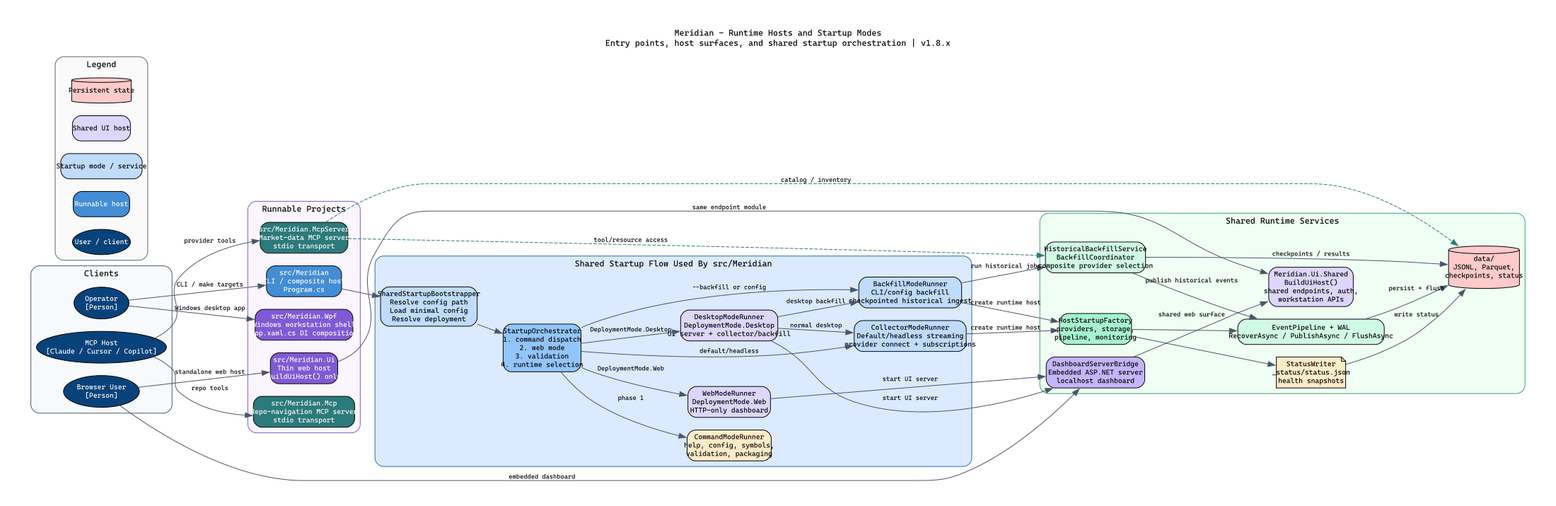
This is docs/diagrams/runtime-hosts.png from rodoHasArrived/Meridian-main, a Graphviz export, as it was before one commit. Its source is kept beside it as docs/diagrams/runtime-hosts.dot.
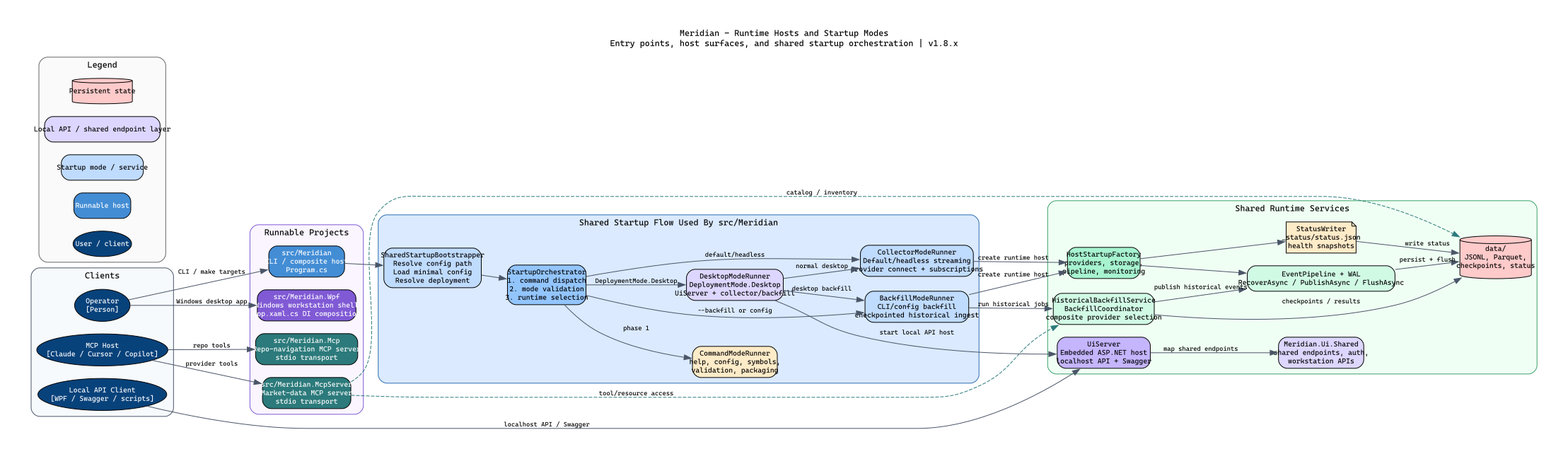
After the change.

Change to the diagram source:
```diff
@@ -16,8 +16,8 @@
 
     OPERATOR [shape=oval, fillcolor="#08427b", fontcolor="white",
               label="Operator\n[Person]"];
-    BROWSER [shape=oval, fillcolor="#08427b", fontcolor="white",
-             label="Browser User\n[Person]"];
+    LOCAL_CLIENT [shape=oval, fillcolor="#08427b", fontcolor="white",
+                  label="Local API Client\n[WPF / Swagger / scripts]"];
     MCP_HOST [shape=oval, fillcolor="#08427b", fontcolor="white",
               label="MCP Host\n[Claude / Cursor / Copilot]"];
   }
@@ -30,8 +30,6 @@
 
     MAIN_APP [fillcolor="#438dd5", fontcolor="white",
               label="src/Meridian\nCLI / composite host\nProgram.cs"];
-    WEB_APP [fillcolor="#805ad5", fontcolor="white",
-             label="src/Meridian.Ui\nThin web host\nBuildUiHost() only"];
     WPF_APP [fillcolor="#805ad5", fontcolor="white",
              label="src/Meridian.Wpf\nWindows workstation shell\nApp.xaml.cs DI composition"];
     MCP_REPO [fillcolor="#2c7a7b", fontcolor="white",
@@ -49,14 +47,12 @@
     BOOTSTRAPPER [fillcolor="#bfdbfe",
                   label="SharedStartupBootstrapper\nResolve config path\nLoad minimal config\nResolve deployment"];
     ORCHESTRATOR [fillcolor="#93c5fd",
-                  label="StartupOrchestrator\n1. command dispatch\n2. web mode\n3. validation\n4. runtime selection"];
+                  label="StartupOrchestrator\n1. command dispatch\n2. mode validation\n3. runtime selection"];
 
     COMMAND_MODE [fillcolor="#feebc8",
                   label="CommandModeRunner\nhelp, config, symbols,\nvalidation, packaging"];
-    WEB_MODE [fillcolor="#ddd6fe",
-              label="WebModeRunner\nDeploymentMode.Web\nHTTP-only dashboard"];
     DESKTOP_MODE [fillcolor="#ddd6fe",
-                  label="DesktopModeRunner\nDeploymentMode.Desktop\nUI server + collector/backfill"];
+                  label="DesktopModeRunner\nDeploymentMode.Desktop\nUiServer + collector/backfill"];
     COLLECTOR_MODE [fillcolor="#bfdbfe",
                     label="CollectorModeRunner\nDefault/headless streaming\nprovider connect + subscriptions"];
     BACKFILL_MODE [fillcolor="#bfdbfe",
@@ -70,9 +66,9 @@
     bgcolor="#f0fff4";
 
     DASHBOARD_BRIDGE [fillcolor="#c4b5fd",
-                      label="DashboardServerBridge\nEmbedded ASP.NET server\nlocalhost dashboard"];
+                      label="UiServer\nEmbedded ASP.NET host\nlocalhost API + Swagger"];
     UI_SHARED [fillcolor="#ddd6fe",
-               label="Meridian.Ui.Shared\nBuildUiHost()\nshared endpoints, auth,\nworkstation APIs"];
+               label="Meridian.Ui.Shared\nshared endpoints, auth,\nworkstation APIs"];
     HOST_FACTORY [fillcolor="#a7f3d0",
                   label="HostStartupFactory\nproviders, storage,\npipeline, monitoring"];
     PIPELINE [fillcolor="#d1fae5",
@@ -87,23 +83,19 @@
 
   OPERATOR -> MAIN_APP [label="CLI / make targets"];
   OPERATOR -> WPF_APP [label="Windows desktop app"];
-  BROWSER -> WEB_APP [label="standalone web host"];
-  BROWSER -> DASHBOARD_BRIDGE [label="embedded dashboard"];
+  LOCAL_CLIENT -> DASHBOARD_BRIDGE [label="localhost API / Swagger"];
   MCP_HOST -> MCP_REPO [label="repo tools"];
   MCP_HOST -> MCP_MARKET [label="provider tools"];
 
   MAIN_APP -> BOOTSTRAPPER;
   BOOTSTRAPPER -> ORCHESTRATOR;
   ORCHESTRATOR -> COMMAND_MODE [label="phase 1"];
-  ORCHESTRATOR -> WEB_MODE [label="DeploymentMode.Web"];
   ORCHESTRATOR -> DESKTOP_MODE [label="DeploymentMode.Desktop"];
   ORCHESTRATOR -> COLLECTOR_MODE [label="default/headless"];
   ORCHESTRATOR -> BACKFILL_MODE [label="--backfill or config"];
 
-  WEB_MODE -> DASHBOARD_BRIDGE [label="start UI server"];
-  DESKTOP_MODE -> DASHBOARD_BRIDGE [label="start UI server"];
-  DASHBOARD_BRIDGE -> UI_SHARED [label="shared web surface"];
-  WEB_APP -> UI_SHARED [label="same endpoint module"];
+  DESKTOP_MODE -> DASHBOARD_BRIDGE [label="start local API host"];
+  DASHBOARD_BRIDGE -> UI_SHARED [label="map shared endpoints"];
 
   DESKTOP_MODE -> COLLECTOR_MODE [label="normal desktop"];
   DESKTOP_MODE -> BACKFILL_MODE [label="desktop backfill"];
@@ -132,7 +124,7 @@
     LEG_PERSON [shape=oval, fillcolor="#08427b", fontcolor="white", label="User / client"];
     LEG_HOST [fillcolor="#438dd5", fontcolor="white", label="Runnable host"];
     LEG_MODE [fillcolor="#bfdbfe", label="Startup mode / service"];
-    LEG_UI [fillcolor="#ddd6fe", label="Shared UI host"];
+    LEG_UI [fillcolor="#ddd6fe", label="Local API / shared endpoint layer"];
     LEG_STORE [shape=cylinder, fillcolor="#fecaca", label="Persistent state"];
   }
 }
```
